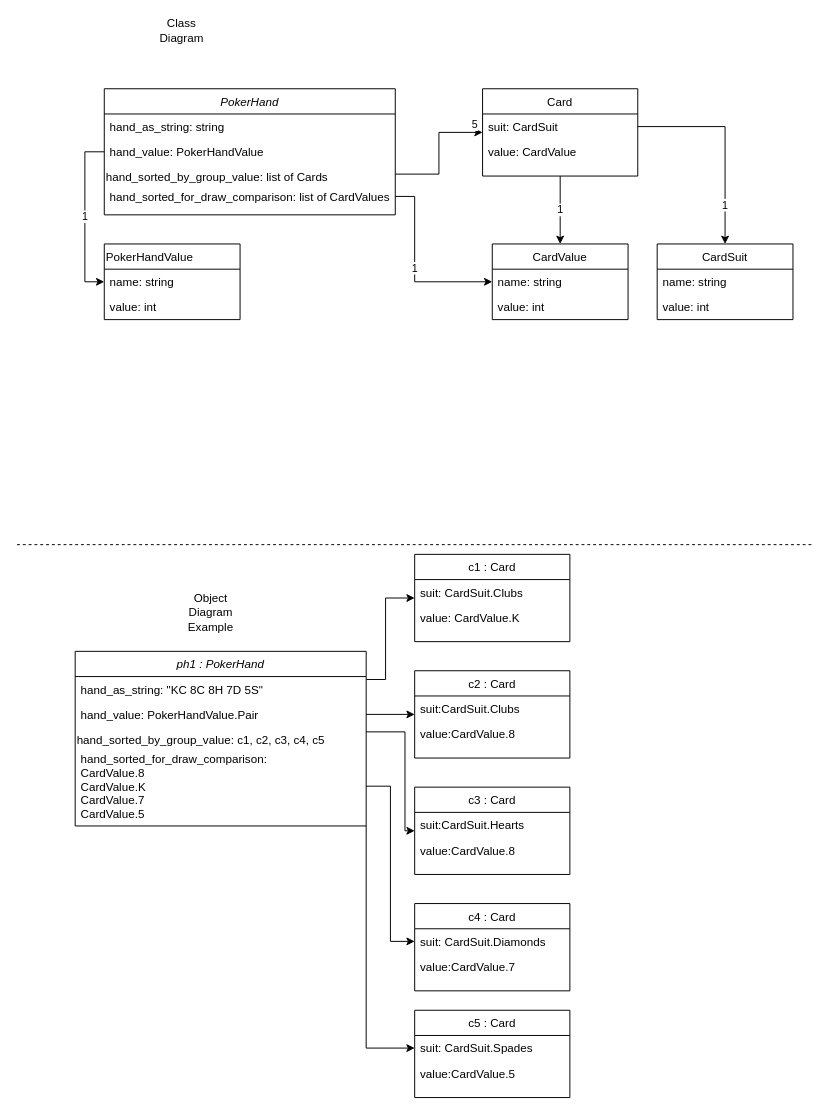
Before: class_diagram.drawio in ShedPlant/SortablePokerHands, a draw.io diagram. Source tidied: cells renumbered, new cells numbered last; positions are measured from the earlier drawing's top-left corner, leaving out a move shared by most shapes. Both pictures are drawn from the tidied source at 97%, with x=0, y=0 at pixel (16, 20).
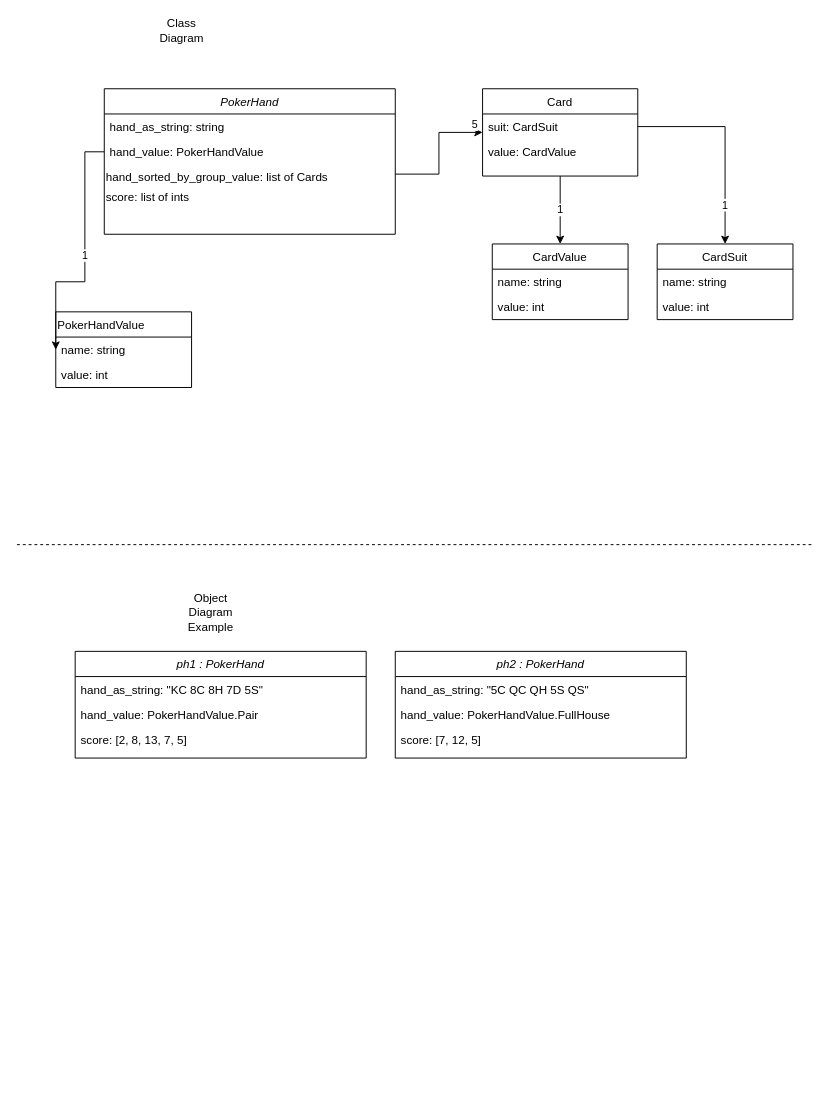
The same diagram, later.

Unchanged cells that the change refers to:
```xml
<mxCell id="11" value="name: string" style="text;strokeColor=none;fillColor=none;align=left;verticalAlign=top;spacingLeft=4;spacingRight=4;overflow=hidden;points=[[0,0.5],[1,0.5]];portConstraint=eastwest;" parent="10" vertex="1">
  <mxGeometry y="26" width="140" height="26" as="geometry" />
</mxCell>
<mxCell id="27" value="hand_as_string: &quot;KC 8C 8H 7D 5S&quot;" style="text;align=left;verticalAlign=top;spacingLeft=4;spacingRight=4;overflow=hidden;points=[[0,0.5],[1,0.5]];portConstraint=eastwest;" parent="26" vertex="1">
  <mxGeometry y="26" width="300" height="26" as="geometry" />
</mxCell>
<mxCell id="28" value="hand_value: PokerHandValue.Pair" style="text;align=left;verticalAlign=top;spacingLeft=4;spacingRight=4;overflow=hidden;points=[[0,0.5],[1,0.5]];portConstraint=eastwest;rounded=0;shadow=0;html=0;" parent="26" vertex="1">
  <mxGeometry y="52" width="300" height="26" as="geometry" />
</mxCell>
```

The edit, as a diff of the source:
```diff
@@
     <mxCell id="2" value="PokerHand" style="swimlane;fontStyle=2;align=center;verticalAlign=top;horizontal=1;startSize=26;rounded=0;shadow=0;strokeWidth=1;" parent="1" vertex="1">
-      <mxGeometry x="90" y="70" width="300" height="130" as="geometry" />
+      <mxGeometry x="90" y="70" width="300" height="150" as="geometry" />
     </mxCell>
@@
-    <mxCell id="6" value="hand_sorted_for_draw_comparison: list of CardValues" style="text;align=left;verticalAlign=top;spacingLeft=4;spacingRight=4;overflow=hidden;points=[[0,0.5],[1,0.5]];portConstraint=eastwest;rounded=0;shadow=0;html=0;" parent="2" vertex="1">
-      <mxGeometry y="98" width="300" height="26" as="geometry" />
-    </mxCell>
+    <mxCell id="52" value="score: list of ints" style="text;strokeColor=none;fillColor=none;align=left;verticalAlign=top;rounded=0;" parent="2" vertex="1">
+      <mxGeometry y="98" width="300" height="20" as="geometry" />
+    </mxCell>
@@
     <mxCell id="16" value="PokerHandValue" style="swimlane;fontStyle=0;horizontal=1;startSize=26;fillColor=none;align=left;html=0;" parent="1" vertex="1">
-      <mxGeometry x="90" y="230" width="140" height="78" as="geometry" />
+      <mxGeometry x="40" y="300" width="140" height="78" as="geometry" />
     </mxCell>
@@
-    <mxCell id="23" value="1" style="edgeStyle=orthogonalEdgeStyle;rounded=0;jettySize=auto;html=1;entryX=0;entryY=0.5;entryDx=0;entryDy=0;" parent="1" edge="1" source="6" target="11">
-      <mxGeometry relative="1" as="geometry">
-        <Array as="points">
-          <mxPoint x="410" y="181" />
-          <mxPoint x="410" y="269" />
-        </Array>
-      </mxGeometry>
-    </mxCell>
@@
-    <mxCell id="25" style="edgeStyle=orthogonalEdgeStyle;rounded=0;jettySize=auto;html=1;exitX=1;exitY=1;exitDx=0;exitDy=0;" parent="1" edge="1" source="26" target="44">
-      <mxGeometry relative="1" as="geometry" />
-    </mxCell>
     <mxCell id="26" value="ph1 : PokerHand" style="swimlane;fontStyle=2;align=center;verticalAlign=top;horizontal=1;startSize=26;rounded=0;shadow=0;strokeWidth=1;" parent="1" vertex="1">
-      <mxGeometry x="60" y="650" width="300" height="180" as="geometry" />
+      <mxGeometry x="60" y="650" width="300" height="110" as="geometry" />
     </mxCell>
@@
-    <mxCell id="29" value="hand_sorted_by_group_value: c1, c2, c3, c4, c5" style="text;strokeColor=none;fillColor=none;align=left;verticalAlign=top;rounded=0;" parent="26" vertex="1">
-      <mxGeometry y="78" width="300" height="20" as="geometry" />
-    </mxCell>
-    <mxCell id="30" value="hand_sorted_for_draw_comparison:&#10;CardValue.8&#10;CardValue.K&#10;CardValue.7&#10;CardValue.5" style="text;align=left;verticalAlign=top;spacingLeft=4;spacingRight=4;overflow=hidden;points=[[0,0.5],[1,0.5]];portConstraint=eastwest;rounded=0;shadow=0;html=0;" parent="26" vertex="1">
-      <mxGeometry y="98" width="300" height="82" as="geometry" />
+    <mxCell id="30" value="score: [2, 8, 13, 7, 5]" style="text;align=left;verticalAlign=top;spacingLeft=4;spacingRight=4;overflow=hidden;points=[[0,0.5],[1,0.5]];portConstraint=eastwest;rounded=0;shadow=0;html=0;" parent="26" vertex="1">
+      <mxGeometry y="78" width="300" height="30" as="geometry" />
     </mxCell>
-    <mxCell id="31" value="c1 : Card" style="swimlane;fontStyle=0;align=center;verticalAlign=top;horizontal=1;startSize=26;rounded=0;shadow=0;strokeWidth=1;" parent="1" vertex="1">
-      <mxGeometry x="410" y="550" width="160" height="90" as="geometry" />
-    </mxCell>
-    <mxCell id="32" value="suit: CardSuit.Clubs" style="text;align=left;verticalAlign=top;spacingLeft=4;spacingRight=4;overflow=hidden;" parent="31" vertex="1">
-      <mxGeometry y="26" width="160" height="26" as="geometry" />
-    </mxCell>
-    <mxCell id="33" value="value: CardValue.K" style="text;align=left;verticalAlign=top;spacingLeft=4;spacingRight=4;overflow=hidden;rounded=0;shadow=0;html=0;" parent="31" vertex="1">
-      <mxGeometry y="52" width="160" height="26" as="geometry" />
-    </mxCell>
-    <mxCell id="34" value="c2 : Card" style="swimlane;fontStyle=0;align=center;verticalAlign=top;horizontal=1;startSize=26;rounded=0;shadow=0;strokeWidth=1;" parent="1" vertex="1">
-      <mxGeometry x="410" y="670" width="160" height="90" as="geometry" />
-    </mxCell>
-    <mxCell id="35" value="suit:CardSuit.Clubs" style="text;align=left;verticalAlign=top;spacingLeft=4;spacingRight=4;overflow=hidden;" parent="34" vertex="1">
-      <mxGeometry y="26" width="160" height="26" as="geometry" />
-    </mxCell>
-    <mxCell id="36" value="value:CardValue.8" style="text;align=left;verticalAlign=top;spacingLeft=4;spacingRight=4;overflow=hidden;rounded=0;shadow=0;html=0;" parent="34" vertex="1">
-      <mxGeometry y="52" width="160" height="26" as="geometry" />
-    </mxCell>
-    <mxCell id="37" value="c3 : Card" style="swimlane;fontStyle=0;align=center;verticalAlign=top;horizontal=1;startSize=26;rounded=0;shadow=0;strokeWidth=1;" parent="1" vertex="1">
-      <mxGeometry x="410" y="790" width="160" height="90" as="geometry" />
-    </mxCell>
-    <mxCell id="38" value="suit:CardSuit.Hearts" style="text;align=left;verticalAlign=top;spacingLeft=4;spacingRight=4;overflow=hidden;" parent="37" vertex="1">
-      <mxGeometry y="26" width="160" height="26" as="geometry" />
-    </mxCell>
-    <mxCell id="39" value="value:CardValue.8" style="text;align=left;verticalAlign=top;spacingLeft=4;spacingRight=4;overflow=hidden;rounded=0;shadow=0;html=0;" parent="37" vertex="1">
-      <mxGeometry y="52" width="160" height="26" as="geometry" />
-    </mxCell>
-    <mxCell id="40" value="c4 : Card" style="swimlane;fontStyle=0;align=center;verticalAlign=top;horizontal=1;startSize=26;rounded=0;shadow=0;strokeWidth=1;" parent="1" vertex="1">
-      <mxGeometry x="410" y="910" width="160" height="90" as="geometry" />
-    </mxCell>
-    <mxCell id="41" value="suit: CardSuit.Diamonds" style="text;align=left;verticalAlign=top;spacingLeft=4;spacingRight=4;overflow=hidden;points=[[0,0.5],[1,0.5]];portConstraint=eastwest;" parent="40" vertex="1">
-      <mxGeometry y="26" width="160" height="26" as="geometry" />
-    </mxCell>
-    <mxCell id="42" value="value:CardValue.7" style="text;align=left;verticalAlign=top;spacingLeft=4;spacingRight=4;overflow=hidden;rounded=0;shadow=0;html=0;" parent="40" vertex="1">
-      <mxGeometry y="52" width="160" height="26" as="geometry" />
-    </mxCell>
-    <mxCell id="43" value="c5 : Card" style="swimlane;fontStyle=0;align=center;verticalAlign=top;horizontal=1;startSize=26;rounded=0;shadow=0;strokeWidth=1;" parent="1" vertex="1">
-      <mxGeometry x="410" y="1020" width="160" height="90" as="geometry" />
-    </mxCell>
-    <mxCell id="44" value="suit: CardSuit.Spades" style="text;align=left;verticalAlign=top;spacingLeft=4;spacingRight=4;overflow=hidden;points=[[0,0.5],[1,0.5]];portConstraint=eastwest;" parent="43" vertex="1">
-      <mxGeometry y="26" width="160" height="26" as="geometry" />
-    </mxCell>
-    <mxCell id="45" value="value:CardValue.5" style="text;align=left;verticalAlign=top;spacingLeft=4;spacingRight=4;overflow=hidden;rounded=0;shadow=0;html=0;" parent="43" vertex="1">
-      <mxGeometry y="52" width="160" height="26" as="geometry" />
-    </mxCell>
-    <mxCell id="46" style="edgeStyle=orthogonalEdgeStyle;rounded=0;jettySize=auto;html=1;" parent="1" edge="1" source="27" target="31">
-      <mxGeometry relative="1" as="geometry">
-        <Array as="points">
-          <mxPoint x="380" y="679" />
-          <mxPoint x="380" y="595" />
-        </Array>
-      </mxGeometry>
-    </mxCell>
-    <mxCell id="47" style="edgeStyle=orthogonalEdgeStyle;rounded=0;jettySize=auto;html=1;exitX=1;exitY=0.5;exitDx=0;exitDy=0;" parent="1" edge="1" source="28" target="34">
-      <mxGeometry relative="1" as="geometry" />
-    </mxCell>
-    <mxCell id="48" style="edgeStyle=orthogonalEdgeStyle;rounded=0;jettySize=auto;html=1;exitX=1;exitY=0.25;exitDx=0;exitDy=0;" parent="1" edge="1" source="29" target="37">
-      <mxGeometry relative="1" as="geometry">
-        <Array as="points">
-          <mxPoint x="400" y="733" />
-          <mxPoint x="400" y="835" />
-        </Array>
-      </mxGeometry>
-    </mxCell>
-    <mxCell id="49" style="edgeStyle=orthogonalEdgeStyle;rounded=0;jettySize=auto;html=1;exitX=1;exitY=0.5;exitDx=0;exitDy=0;" parent="1" edge="1" source="30" target="41">
-      <mxGeometry relative="1" as="geometry" />
-    </mxCell>
@@
+    <mxCell id="53" value="ph2 : PokerHand" style="swimlane;fontStyle=2;align=center;verticalAlign=top;horizontal=1;startSize=26;rounded=0;shadow=0;strokeWidth=1;" parent="1" vertex="1">
+      <mxGeometry x="390" y="650" width="300" height="110" as="geometry" />
+    </mxCell>
+    <mxCell id="54" value="hand_as_string: &quot;5C QC QH 5S QS&quot;" style="text;align=left;verticalAlign=top;spacingLeft=4;spacingRight=4;overflow=hidden;" parent="53" vertex="1">
+      <mxGeometry y="26" width="300" height="26" as="geometry" />
+    </mxCell>
+    <mxCell id="55" value="hand_value: PokerHandValue.FullHouse" style="text;align=left;verticalAlign=top;spacingLeft=4;spacingRight=4;overflow=hidden;rounded=0;shadow=0;html=0;" parent="53" vertex="1">
+      <mxGeometry y="52" width="300" height="26" as="geometry" />
+    </mxCell>
+    <mxCell id="56" value="score: [7, 12, 5]" style="text;align=left;verticalAlign=top;spacingLeft=4;spacingRight=4;overflow=hidden;rounded=0;shadow=0;html=0;" parent="53" vertex="1">
+      <mxGeometry y="78" width="300" height="30" as="geometry" />
+    </mxCell>
```
